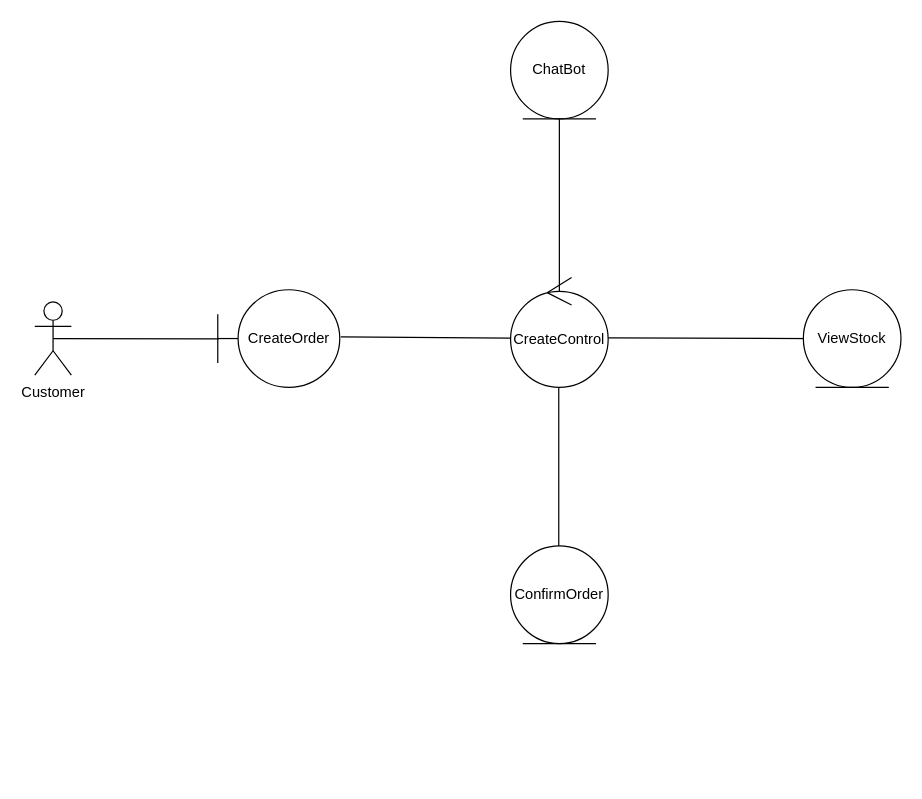
This is page "Collaboration Diagram" (2 of 2) of Create Order.drawio from munkeawtoast/isad-diagrams, a draw.io file, before an edit. Source tidied: cells renumbered, new cells numbered last; positions are measured from the earlier drawing's top-left corner, leaving out a move shared by most shapes. Both pictures are drawn from the tidied source at 122%, with x=0, y=0 at pixel (34, 21).
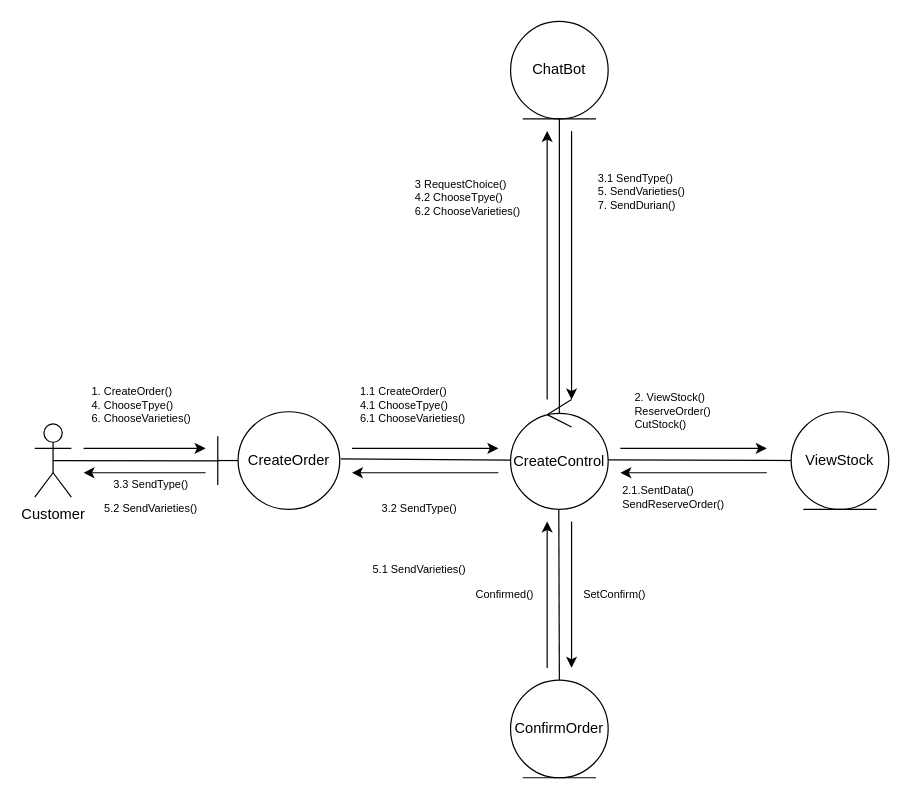
After the change.

The change refers to these unchanged cells:
```xml
<mxCell id="4" value="ChatBot" style="ellipse;shape=umlEntity;whiteSpace=wrap;html=1;" parent="1" vertex="1">
  <mxGeometry x="390" width="80" height="80" as="geometry" />
</mxCell>
```

Change to the diagram source:
```diff
@@
     <mxCell id="2" value="Customer" style="shape=umlActor;verticalLabelPosition=bottom;verticalAlign=top;html=1;outlineConnect=0;" parent="1" vertex="1">
-      <mxGeometry y="230" width="30" height="60" as="geometry" />
+      <mxGeometry y="330" width="30" height="60" as="geometry" />
     </mxCell>
     <mxCell id="3" value="CreateOrder" style="shape=umlBoundary;whiteSpace=wrap;html=1;" parent="1" vertex="1">
-      <mxGeometry x="150" y="220" width="100" height="80" as="geometry" />
+      <mxGeometry x="150" y="320" width="100" height="80" as="geometry" />
     </mxCell>
@@
     <mxCell id="6" style="endArrow=none;html=1;entryX=1.008;entryY=0.483;entryDx=0;entryDy=0;entryPerimeter=0;exitX=0.008;exitY=0.503;exitDx=0;exitDy=0;exitPerimeter=0;" parent="1" edge="1" target="3">
       <mxGeometry relative="1" as="geometry">
-        <mxPoint x="390" y="259.7" as="sourcePoint" />
+        <mxPoint x="390" y="359.7" as="sourcePoint" />
       </mxGeometry>
     </mxCell>
     <mxCell id="7" style="endArrow=none;html=1;entryX=0.5;entryY=0.5;entryDx=0;entryDy=0;entryPerimeter=0;" parent="1" edge="1">
       <mxGeometry relative="1" as="geometry">
-        <mxPoint x="640" y="260" as="sourcePoint" />
-        <mxPoint x="470" y="259.5" as="targetPoint" />
+        <mxPoint x="640" y="360" as="sourcePoint" />
+        <mxPoint x="470" y="359.5" as="targetPoint" />
       </mxGeometry>
     </mxCell>
     <mxCell id="8" value="ViewStock" style="ellipse;shape=umlEntity;whiteSpace=wrap;html=1;" parent="1" vertex="1">
-      <mxGeometry x="630" y="220" width="80" height="80" as="geometry" />
+      <mxGeometry x="620" y="320" width="80" height="80" as="geometry" />
     </mxCell>
-    <mxCell id="9" style="endArrow=none;html=1;exitX=0.5;exitY=0.158;exitDx=0;exitDy=0;exitPerimeter=0;" parent="1" edge="1" target="4">
-      <mxGeometry relative="1" as="geometry">
-        <mxPoint x="430" y="224.2" as="sourcePoint" />
-      </mxGeometry>
+    <mxCell id="9" style="endArrow=none;html=1;exitX=0.5;exitY=0.149;exitDx=0;exitDy=0;exitPerimeter=0;" parent="1" edge="1" source="12" target="4">
+      <mxGeometry relative="1" as="geometry" />
     </mxCell>
-    <mxCell id="10" style="endArrow=none;html=1;exitX=0.5;exitY=0.158;exitDx=0;exitDy=0;exitPerimeter=0;" parent="1" edge="1">
+    <mxCell id="10" style="endArrow=none;html=1;exitX=0.5;exitY=0;exitDx=0;exitDy=0;" parent="1" edge="1" source="11">
       <mxGeometry relative="1" as="geometry">
-        <mxPoint x="429.5" y="434.2" as="sourcePoint" />
-        <mxPoint x="429.5" y="290" as="targetPoint" />
+        <mxPoint x="429.5" y="390" as="targetPoint" />
       </mxGeometry>
     </mxCell>
     <mxCell id="11" value="ConfirmOrder" style="ellipse;shape=umlEntity;whiteSpace=wrap;html=1;" parent="1" vertex="1">
-      <mxGeometry x="390" y="430" width="80" height="80" as="geometry" />
+      <mxGeometry x="390" y="540" width="80" height="80" as="geometry" />
     </mxCell>
     <mxCell id="12" value="CreateControl" style="ellipse;shape=umlControl;whiteSpace=wrap;html=1;" parent="1" vertex="1">
-      <mxGeometry x="390" y="210" width="80" height="90" as="geometry" />
+      <mxGeometry x="390" y="310" width="80" height="90" as="geometry" />
     </mxCell>
+    <mxCell id="13" style="endArrow=classic;html=1;fontSize=9;" parent="1" edge="1">
+      <mxGeometry relative="1" as="geometry">
+        <mxPoint x="40" y="350" as="sourcePoint" />
+        <mxPoint x="140" y="350" as="targetPoint" />
+      </mxGeometry>
+    </mxCell>
+    <mxCell id="14" style="endArrow=classic;html=1;fontSize=9;exitX=1.081;exitY=0.094;exitDx=0;exitDy=0;exitPerimeter=0;" parent="1" edge="1">
+      <mxGeometry relative="1" as="geometry">
+        <mxPoint x="260" y="350.1" as="sourcePoint" />
+        <mxPoint x="380" y="350" as="targetPoint" />
+      </mxGeometry>
+    </mxCell>
+    <mxCell id="15" style="endArrow=classic;html=1;fontSize=9;exitX=1.081;exitY=0.094;exitDx=0;exitDy=0;exitPerimeter=0;" parent="1" edge="1">
+      <mxGeometry relative="1" as="geometry">
+        <mxPoint x="480" y="350.1" as="sourcePoint" />
+        <mxPoint x="600" y="350" as="targetPoint" />
+      </mxGeometry>
+    </mxCell>
+    <mxCell id="16" style="endArrow=classic;html=1;fontSize=9;" parent="1" edge="1">
+      <mxGeometry relative="1" as="geometry">
+        <mxPoint x="420" y="310" as="sourcePoint" />
+        <mxPoint x="420" y="89.9" as="targetPoint" />
+      </mxGeometry>
+    </mxCell>
+    <mxCell id="17" style="endArrow=classic;html=1;fontSize=9;exitX=1.081;exitY=0.094;exitDx=0;exitDy=0;exitPerimeter=0;entryX=0.625;entryY=0;entryDx=0;entryDy=0;entryPerimeter=0;" parent="1" edge="1" target="12">
+      <mxGeometry relative="1" as="geometry">
+        <mxPoint x="440" y="90.1" as="sourcePoint" />
+      </mxGeometry>
+    </mxCell>
+    <mxCell id="18" style="endArrow=classic;html=1;fontSize=9;exitX=1.081;exitY=0.094;exitDx=0;exitDy=0;exitPerimeter=0;" parent="1" edge="1">
+      <mxGeometry relative="1" as="geometry">
+        <mxPoint x="420" y="530" as="sourcePoint" />
+        <mxPoint x="420" y="409.9" as="targetPoint" />
+      </mxGeometry>
+    </mxCell>
+    <mxCell id="19" value="SetConfirm()" style="text;html=1;align=center;verticalAlign=middle;strokeColor=none;fillColor=none;fontSize=9;" parent="1" vertex="1">
+      <mxGeometry x="440" y="460" width="70" height="20" as="geometry" />
+    </mxCell>
+    <mxCell id="20" value="Confirmed()" style="text;html=1;align=center;verticalAlign=middle;strokeColor=none;fillColor=none;fontSize=9;" parent="1" vertex="1">
+      <mxGeometry x="350" y="460" width="70" height="20" as="geometry" />
+    </mxCell>
+    <mxCell id="21" style="endArrow=classic;html=1;fontSize=9;exitX=1.081;exitY=0.094;exitDx=0;exitDy=0;exitPerimeter=0;entryX=0.625;entryY=0;entryDx=0;entryDy=0;entryPerimeter=0;" parent="1" edge="1">
+      <mxGeometry relative="1" as="geometry">
+        <mxPoint x="440" y="410" as="sourcePoint" />
+        <mxPoint x="440" y="529.9" as="targetPoint" />
+      </mxGeometry>
+    </mxCell>
+    <mxCell id="22" style="endArrow=classic;html=1;fontSize=9;" parent="1" edge="1">
+      <mxGeometry relative="1" as="geometry">
+        <mxPoint x="600" y="370" as="sourcePoint" />
+        <mxPoint x="480" y="370" as="targetPoint" />
+      </mxGeometry>
+    </mxCell>
+    <mxCell id="23" style="endArrow=classic;html=1;fontSize=9;" parent="1" edge="1">
+      <mxGeometry relative="1" as="geometry">
+        <mxPoint x="380" y="370" as="sourcePoint" />
+        <mxPoint x="260" y="370" as="targetPoint" />
+      </mxGeometry>
+    </mxCell>
+    <mxCell id="24" style="endArrow=classic;html=1;fontSize=9;" parent="1" edge="1">
+      <mxGeometry relative="1" as="geometry">
+        <mxPoint x="140" y="370" as="sourcePoint" />
+        <mxPoint x="40" y="370" as="targetPoint" />
+      </mxGeometry>
+    </mxCell>
+    <mxCell id="25" value="2.1.SentData()&lt;br&gt;SendReserveOrder()" style="text;html=1;align=left;verticalAlign=middle;strokeColor=none;fillColor=none;fontSize=9;" parent="1" vertex="1">
+      <mxGeometry x="480" y="370" width="110" height="40" as="geometry" />
+    </mxCell>
+    <mxCell id="26" value="2. ViewStock()&lt;br&gt;ReserveOrder()&lt;br&gt;CutStock()" style="text;html=1;align=left;verticalAlign=middle;strokeColor=none;fillColor=none;fontSize=9;" parent="1" vertex="1">
+      <mxGeometry x="490" y="295" width="90" height="50" as="geometry" />
+    </mxCell>
+    <mxCell id="27" value="1. CreateOrder()&lt;br&gt;4. ChooseTpye()&lt;br&gt;6. ChooseVarieties()" style="text;html=1;align=left;verticalAlign=middle;strokeColor=none;fillColor=none;fontSize=9;" parent="1" vertex="1">
+      <mxGeometry x="45" y="290" width="100" height="50" as="geometry" />
+    </mxCell>
+    <mxCell id="28" value="1.1 CreateOrder()&lt;br&gt;4.1 ChooseTpye()&lt;br&gt;6.1 ChooseVarieties()" style="text;html=1;align=left;verticalAlign=middle;strokeColor=none;fillColor=none;fontSize=9;" parent="1" vertex="1">
+      <mxGeometry x="265" y="290" width="110" height="50" as="geometry" />
+    </mxCell>
+    <mxCell id="29" value="3 RequestChoice()&lt;br&gt;4.2 ChooseTpye()&lt;br&gt;6.2 ChooseVarieties()" style="text;html=1;align=left;verticalAlign=middle;strokeColor=none;fillColor=none;fontSize=9;" parent="1" vertex="1">
+      <mxGeometry x="310" y="120" width="110" height="50" as="geometry" />
+    </mxCell>
+    <mxCell id="30" value="3.1 SendType()&lt;br&gt;5. SendVarieties()&lt;br&gt;7.&amp;nbsp;&lt;span style=&quot;text-align: center;&quot;&gt;SendDurian()&lt;/span&gt;" style="text;html=1;align=left;verticalAlign=middle;strokeColor=none;fillColor=none;fontSize=9;" parent="1" vertex="1">
+      <mxGeometry x="460" y="115" width="90" height="50" as="geometry" />
+    </mxCell>
+    <mxCell id="31" value="3.2 SendType()" style="text;html=1;align=center;verticalAlign=middle;strokeColor=none;fillColor=none;fontSize=9;" parent="1" vertex="1">
+      <mxGeometry x="270" y="390" width="90" height="20" as="geometry" />
+    </mxCell>
+    <mxCell id="32" value="3.3 SendType()" style="text;html=1;align=center;verticalAlign=middle;strokeColor=none;fillColor=none;fontSize=9;" parent="1" vertex="1">
+      <mxGeometry x="50" y="370" width="90" height="20" as="geometry" />
+    </mxCell>
+    <mxCell id="33" value="5.1 SendVarieties()" style="text;html=1;align=center;verticalAlign=middle;strokeColor=none;fillColor=none;fontSize=9;" parent="1" vertex="1">
+      <mxGeometry x="265" y="440" width="100" height="20" as="geometry" />
+    </mxCell>
+    <mxCell id="34" value="5.2 SendVarieties()" style="text;html=1;align=center;verticalAlign=middle;strokeColor=none;fillColor=none;fontSize=9;" parent="1" vertex="1">
+      <mxGeometry x="45" y="390" width="100" height="20" as="geometry" />
+    </mxCell>
```
